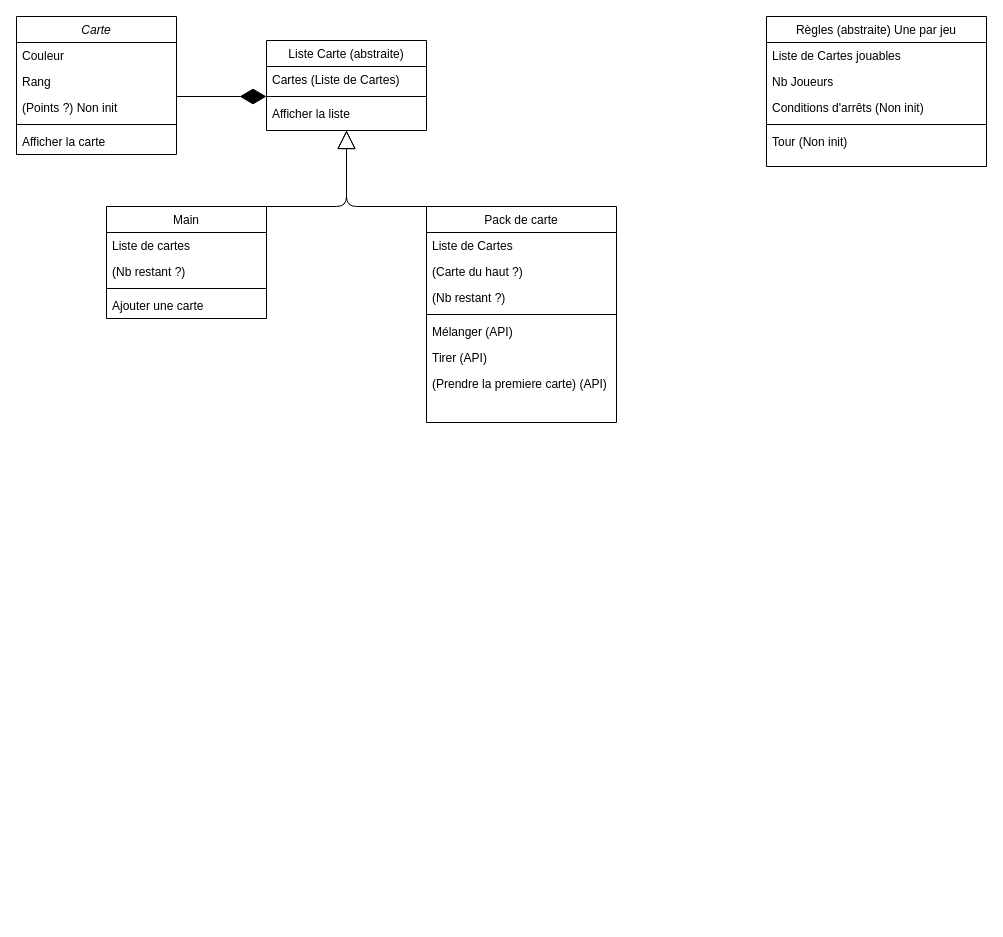
Before: ClassDiagram.drawio in MailineN/ProjetInfo2A, a draw.io diagram. Source tidied: cells renumbered, new cells numbered last; positions are measured from the earlier drawing's top-left corner, leaving out a move shared by most shapes. Both pictures are drawn from the tidied source at 100%, with x=0, y=0 at pixel (16, 16).
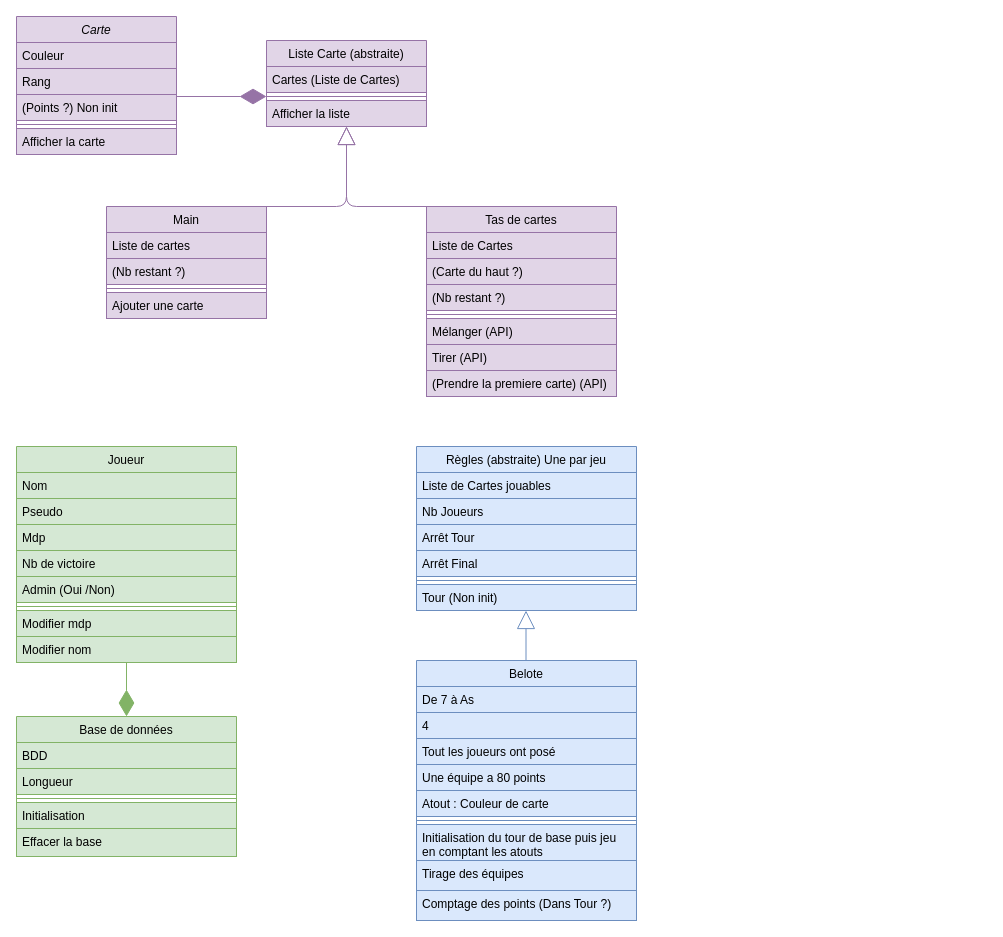
Above is the later version.

Change to the diagram source:
```diff
@@
-    <mxCell id="2" value="Carte" style="swimlane;fontStyle=2;align=center;verticalAlign=top;horizontal=1;startSize=26;rounded=0;shadow=0;strokeWidth=1;" parent="1" vertex="1">
+    <mxCell id="2" value="Carte" style="swimlane;fontStyle=2;align=center;verticalAlign=top;horizontal=1;startSize=26;rounded=0;shadow=0;strokeWidth=1;fillColor=#e1d5e7;strokeColor=#9673a6;" parent="1" vertex="1">
       <mxGeometry width="160" height="138" as="geometry" />
     </mxCell>
-    <mxCell id="3" value="Couleur" style="text;align=left;verticalAlign=top;spacingLeft=4;spacingRight=4;overflow=hidden;" parent="2" vertex="1">
+    <mxCell id="3" value="Couleur" style="text;align=left;verticalAlign=top;spacingLeft=4;spacingRight=4;overflow=hidden;fillColor=#e1d5e7;strokeColor=#9673a6;" parent="2" vertex="1">
       <mxGeometry y="26" width="160" height="26" as="geometry" />
     </mxCell>
-    <mxCell id="4" value="Rang" style="text;align=left;verticalAlign=top;spacingLeft=4;spacingRight=4;overflow=hidden;rounded=0;shadow=0;html=0;" parent="2" vertex="1">
+    <mxCell id="4" value="Rang" style="text;align=left;verticalAlign=top;spacingLeft=4;spacingRight=4;overflow=hidden;rounded=0;shadow=0;html=0;fillColor=#e1d5e7;strokeColor=#9673a6;" parent="2" vertex="1">
       <mxGeometry y="52" width="160" height="26" as="geometry" />
     </mxCell>
-    <mxCell id="5" value="(Points ?) Non init" style="text;align=left;verticalAlign=top;spacingLeft=4;spacingRight=4;overflow=hidden;rounded=0;shadow=0;html=0;" parent="2" vertex="1">
+    <mxCell id="5" value="(Points ?) Non init" style="text;align=left;verticalAlign=top;spacingLeft=4;spacingRight=4;overflow=hidden;rounded=0;shadow=0;html=0;fillColor=#e1d5e7;strokeColor=#9673a6;" parent="2" vertex="1">
       <mxGeometry y="78" width="160" height="26" as="geometry" />
     </mxCell>
-    <mxCell id="6" style="line;html=1;strokeWidth=1;align=left;verticalAlign=middle;spacingTop=-1;spacingLeft=3;spacingRight=3;labelPosition=right;" parent="2" vertex="1">
+    <mxCell id="6" style="line;html=1;strokeWidth=1;align=left;verticalAlign=middle;spacingTop=-1;spacingLeft=3;spacingRight=3;labelPosition=right;fillColor=#e1d5e7;strokeColor=#9673a6;" parent="2" vertex="1">
       <mxGeometry y="104" width="160" height="8" as="geometry" />
     </mxCell>
-    <mxCell id="7" value="Afficher la carte" style="text;align=left;verticalAlign=top;spacingLeft=4;spacingRight=4;overflow=hidden;" parent="2" vertex="1">
+    <mxCell id="7" value="Afficher la carte" style="text;align=left;verticalAlign=top;spacingLeft=4;spacingRight=4;overflow=hidden;fillColor=#e1d5e7;strokeColor=#9673a6;" parent="2" vertex="1">
       <mxGeometry y="112" width="160" height="26" as="geometry" />
     </mxCell>
-    <mxCell id="8" value="Liste Carte (abstraite)" style="swimlane;fontStyle=0;align=center;verticalAlign=top;horizontal=1;startSize=26;rounded=0;shadow=0;strokeWidth=1;" parent="1" vertex="1">
-      <mxGeometry x="250" y="24" width="160" height="90" as="geometry" />
+    <mxCell id="8" value="Liste Carte (abstraite)" style="swimlane;fontStyle=0;align=center;verticalAlign=top;horizontal=1;startSize=26;rounded=0;shadow=0;strokeWidth=1;fillColor=#e1d5e7;strokeColor=#9673a6;" parent="1" vertex="1">
+      <mxGeometry x="250" y="24" width="160" height="86" as="geometry" />
     </mxCell>
-    <mxCell id="9" value="Cartes (Liste de Cartes)" style="text;align=left;verticalAlign=top;spacingLeft=4;spacingRight=4;overflow=hidden;" parent="8" vertex="1">
+    <mxCell id="9" value="Cartes (Liste de Cartes)" style="text;align=left;verticalAlign=top;spacingLeft=4;spacingRight=4;overflow=hidden;fillColor=#e1d5e7;strokeColor=#9673a6;" parent="8" vertex="1">
       <mxGeometry y="26" width="160" height="26" as="geometry" />
     </mxCell>
-    <mxCell id="10" style="line;html=1;strokeWidth=1;align=left;verticalAlign=middle;spacingTop=-1;spacingLeft=3;spacingRight=3;labelPosition=right;" parent="8" vertex="1">
+    <mxCell id="10" style="line;html=1;strokeWidth=1;align=left;verticalAlign=middle;spacingTop=-1;spacingLeft=3;spacingRight=3;labelPosition=right;fillColor=#e1d5e7;strokeColor=#9673a6;" parent="8" vertex="1">
       <mxGeometry y="52" width="160" height="8" as="geometry" />
     </mxCell>
-    <mxCell id="11" value="Afficher la liste" style="text;align=left;verticalAlign=top;spacingLeft=4;spacingRight=4;overflow=hidden;" parent="8" vertex="1">
+    <mxCell id="11" value="Afficher la liste" style="text;align=left;verticalAlign=top;spacingLeft=4;spacingRight=4;overflow=hidden;fillColor=#e1d5e7;strokeColor=#9673a6;" parent="8" vertex="1">
       <mxGeometry y="60" width="160" height="26" as="geometry" />
     </mxCell>
-    <mxCell id="12" value="Pack de carte" style="swimlane;fontStyle=0;align=center;verticalAlign=top;horizontal=1;startSize=26;rounded=0;shadow=0;strokeWidth=1;" parent="1" vertex="1">
-      <mxGeometry x="410" y="190" width="190" height="216" as="geometry" />
+    <mxCell id="12" value="Tas de cartes&#10;" style="swimlane;fontStyle=0;align=center;verticalAlign=top;horizontal=1;startSize=26;rounded=0;shadow=0;strokeWidth=1;fillColor=#e1d5e7;strokeColor=#9673a6;" parent="1" vertex="1">
+      <mxGeometry x="410" y="190" width="190" height="190" as="geometry" />
     </mxCell>
-    <mxCell id="13" value="Liste de Cartes" style="text;align=left;verticalAlign=top;spacingLeft=4;spacingRight=4;overflow=hidden;" parent="12" vertex="1">
+    <mxCell id="13" value="Liste de Cartes" style="text;align=left;verticalAlign=top;spacingLeft=4;spacingRight=4;overflow=hidden;fillColor=#e1d5e7;strokeColor=#9673a6;" parent="12" vertex="1">
       <mxGeometry y="26" width="190" height="26" as="geometry" />
     </mxCell>
-    <mxCell id="14" value="(Carte du haut ?)" style="text;align=left;verticalAlign=top;spacingLeft=4;spacingRight=4;overflow=hidden;rounded=0;shadow=0;html=0;" parent="12" vertex="1">
+    <mxCell id="14" value="(Carte du haut ?)" style="text;align=left;verticalAlign=top;spacingLeft=4;spacingRight=4;overflow=hidden;rounded=0;shadow=0;html=0;fillColor=#e1d5e7;strokeColor=#9673a6;" parent="12" vertex="1">
       <mxGeometry y="52" width="190" height="26" as="geometry" />
     </mxCell>
-    <mxCell id="15" value="(Nb restant ?)" style="text;align=left;verticalAlign=top;spacingLeft=4;spacingRight=4;overflow=hidden;" parent="12" vertex="1">
+    <mxCell id="15" value="(Nb restant ?)" style="text;align=left;verticalAlign=top;spacingLeft=4;spacingRight=4;overflow=hidden;fillColor=#e1d5e7;strokeColor=#9673a6;" parent="12" vertex="1">
       <mxGeometry y="78" width="190" height="26" as="geometry" />
     </mxCell>
-    <mxCell id="16" style="line;html=1;strokeWidth=1;align=left;verticalAlign=middle;spacingTop=-1;spacingLeft=3;spacingRight=3;labelPosition=right;" parent="12" vertex="1">
+    <mxCell id="16" style="line;html=1;strokeWidth=1;align=left;verticalAlign=middle;spacingTop=-1;spacingLeft=3;spacingRight=3;labelPosition=right;fillColor=#e1d5e7;strokeColor=#9673a6;" parent="12" vertex="1">
       <mxGeometry y="104" width="190" height="8" as="geometry" />
     </mxCell>
-    <mxCell id="17" value="Mélanger (API)" style="text;align=left;verticalAlign=top;spacingLeft=4;spacingRight=4;overflow=hidden;" parent="12" vertex="1">
+    <mxCell id="17" value="Mélanger (API)" style="text;align=left;verticalAlign=top;spacingLeft=4;spacingRight=4;overflow=hidden;fillColor=#e1d5e7;strokeColor=#9673a6;" parent="12" vertex="1">
       <mxGeometry y="112" width="190" height="26" as="geometry" />
     </mxCell>
-    <mxCell id="18" value="Tirer (API)" style="text;align=left;verticalAlign=top;spacingLeft=4;spacingRight=4;overflow=hidden;" parent="12" vertex="1">
+    <mxCell id="18" value="Tirer (API)" style="text;align=left;verticalAlign=top;spacingLeft=4;spacingRight=4;overflow=hidden;fillColor=#e1d5e7;strokeColor=#9673a6;" parent="12" vertex="1">
       <mxGeometry y="138" width="190" height="26" as="geometry" />
     </mxCell>
-    <mxCell id="19" value="(Prendre la premiere carte) (API)" style="text;align=left;verticalAlign=top;spacingLeft=4;spacingRight=4;overflow=hidden;" parent="12" vertex="1">
+    <mxCell id="19" value="(Prendre la premiere carte) (API)" style="text;align=left;verticalAlign=top;spacingLeft=4;spacingRight=4;overflow=hidden;fillColor=#e1d5e7;strokeColor=#9673a6;" parent="12" vertex="1">
       <mxGeometry y="164" width="190" height="26" as="geometry" />
     </mxCell>
-    <mxCell id="20" style="endArrow=block;endSize=16;endFill=0;html=1;entryX=0.5;entryY=1;entryDx=0;entryDy=0;exitX=0.5;exitY=0;exitDx=0;exitDy=0;" parent="1" edge="1" source="12" target="8">
+    <mxCell id="20" style="endArrow=block;endSize=16;endFill=0;html=1;entryX=0.5;entryY=1;entryDx=0;entryDy=0;exitX=0.5;exitY=0;exitDx=0;exitDy=0;fillColor=#e1d5e7;strokeColor=#9673a6;" parent="1" edge="1" source="12" target="8">
       <mxGeometry relative="1" as="geometry">
         <Array as="points">
           <mxPoint x="330" y="190" />
         </Array>
       </mxGeometry>
     </mxCell>
-    <mxCell id="21" value="Main" style="swimlane;fontStyle=0;align=center;verticalAlign=top;horizontal=1;startSize=26;rounded=0;shadow=0;strokeWidth=1;" parent="1" vertex="1">
+    <mxCell id="21" value="Main" style="swimlane;fontStyle=0;align=center;verticalAlign=top;horizontal=1;startSize=26;rounded=0;shadow=0;strokeWidth=1;fillColor=#e1d5e7;strokeColor=#9673a6;" parent="1" vertex="1">
       <mxGeometry x="90" y="190" width="160" height="112" as="geometry" />
     </mxCell>
-    <mxCell id="22" value="Liste de cartes" style="text;align=left;verticalAlign=top;spacingLeft=4;spacingRight=4;overflow=hidden;" parent="21" vertex="1">
+    <mxCell id="22" value="Liste de cartes" style="text;align=left;verticalAlign=top;spacingLeft=4;spacingRight=4;overflow=hidden;fillColor=#e1d5e7;strokeColor=#9673a6;" parent="21" vertex="1">
       <mxGeometry y="26" width="160" height="26" as="geometry" />
     </mxCell>
-    <mxCell id="23" value="(Nb restant ?)" style="text;align=left;verticalAlign=top;spacingLeft=4;spacingRight=4;overflow=hidden;" parent="21" vertex="1">
+    <mxCell id="23" value="(Nb restant ?)" style="text;align=left;verticalAlign=top;spacingLeft=4;spacingRight=4;overflow=hidden;fillColor=#e1d5e7;strokeColor=#9673a6;" parent="21" vertex="1">
       <mxGeometry y="52" width="160" height="26" as="geometry" />
     </mxCell>
-    <mxCell id="24" style="line;html=1;strokeWidth=1;align=left;verticalAlign=middle;spacingTop=-1;spacingLeft=3;spacingRight=3;labelPosition=right;" parent="21" vertex="1">
+    <mxCell id="24" style="line;html=1;strokeWidth=1;align=left;verticalAlign=middle;spacingTop=-1;spacingLeft=3;spacingRight=3;labelPosition=right;fillColor=#e1d5e7;strokeColor=#9673a6;" parent="21" vertex="1">
       <mxGeometry y="78" width="160" height="8" as="geometry" />
     </mxCell>
-    <mxCell id="25" value="Ajouter une carte" style="text;align=left;verticalAlign=top;spacingLeft=4;spacingRight=4;overflow=hidden;" parent="21" vertex="1">
+    <mxCell id="25" value="Ajouter une carte" style="text;align=left;verticalAlign=top;spacingLeft=4;spacingRight=4;overflow=hidden;fillColor=#e1d5e7;strokeColor=#9673a6;" parent="21" vertex="1">
       <mxGeometry y="86" width="160" height="26" as="geometry" />
     </mxCell>
-    <mxCell id="26" style="endArrow=block;endSize=16;endFill=0;html=1;entryX=0.5;entryY=1;entryDx=0;entryDy=0;exitX=0.5;exitY=0;exitDx=0;exitDy=0;" parent="1" edge="1" source="21">
-      <mxGeometry x="0.02" relative="1" as="geometry">
-        <mxPoint x="330" y="114" as="targetPoint" />
-        <Array as="points">
-          <mxPoint x="330" y="190" />
-        </Array>
-      </mxGeometry>
-    </mxCell>
-    <mxCell id="27" style="endArrow=diamondThin;endFill=1;endSize=24;html=1;" parent="1" edge="1">
+    <mxCell id="27" style="endArrow=diamondThin;endFill=1;endSize=24;html=1;fillColor=#e1d5e7;strokeColor=#9673a6;" parent="1" edge="1">
       <mxGeometry relative="1" as="geometry">
         <mxPoint x="160" y="80" as="sourcePoint" />
         <mxPoint x="250" y="80" as="targetPoint" />
       </mxGeometry>
     </mxCell>
+    <mxCell id="34" style="endArrow=block;endSize=16;endFill=0;html=1;entryX=0.5;entryY=1;entryDx=0;entryDy=0;fillColor=#dae8fc;strokeColor=#6c8ebf;" parent="1" edge="1">
+      <mxGeometry x="0.02" relative="1" as="geometry">
+        <mxPoint x="509.5" y="644" as="sourcePoint" />
+        <mxPoint x="509.5" y="594" as="targetPoint" />
+      </mxGeometry>
+    </mxCell>
+    <mxCell id="35" style="endArrow=block;endSize=16;endFill=0;html=1;entryX=0.5;entryY=1;entryDx=0;entryDy=0;fillColor=#e1d5e7;strokeColor=#9673a6;exitX=0.5;exitY=0;exitDx=0;exitDy=0;" parent="1" edge="1" source="21">
+      <mxGeometry x="0.02" relative="1" as="geometry">
+        <mxPoint x="330" y="110" as="targetPoint" />
+        <Array as="points">
+          <mxPoint x="330" y="190" />
+          <mxPoint x="330" y="160" />
+        </Array>
+      </mxGeometry>
+    </mxCell>
+    <mxCell id="36" style="endArrow=diamondThin;endFill=1;endSize=24;html=1;fillColor=#d5e8d4;strokeColor=#82b366;exitX=0.5;exitY=1;exitDx=0;exitDy=0;entryX=0.5;entryY=0;entryDx=0;entryDy=0;" parent="1" edge="1" source="37" target="46">
+      <mxGeometry relative="1" as="geometry" />
+    </mxCell>
+    <mxCell id="37" value="Joueur" style="swimlane;fontStyle=0;align=center;verticalAlign=top;horizontal=1;startSize=26;rounded=0;shadow=0;strokeWidth=1;fillColor=#d5e8d4;strokeColor=#82b366;" parent="1" vertex="1">
+      <mxGeometry y="430" width="220" height="216" as="geometry" />
+    </mxCell>
+    <mxCell id="38" value="Nom" style="text;align=left;verticalAlign=top;spacingLeft=4;spacingRight=4;overflow=hidden;fillColor=#d5e8d4;strokeColor=#82b366;" parent="37" vertex="1">
+      <mxGeometry y="26" width="220" height="26" as="geometry" />
+    </mxCell>
+    <mxCell id="39" value="Pseudo" style="text;align=left;verticalAlign=top;spacingLeft=4;spacingRight=4;overflow=hidden;rounded=0;shadow=0;html=0;fillColor=#d5e8d4;strokeColor=#82b366;" parent="37" vertex="1">
+      <mxGeometry y="52" width="220" height="26" as="geometry" />
+    </mxCell>
+    <mxCell id="40" value="Mdp" style="text;align=left;verticalAlign=top;spacingLeft=4;spacingRight=4;overflow=hidden;rounded=0;shadow=0;html=0;fillColor=#d5e8d4;strokeColor=#82b366;" parent="37" vertex="1">
+      <mxGeometry y="78" width="220" height="26" as="geometry" />
+    </mxCell>
+    <mxCell id="41" value="Nb de victoire" style="text;align=left;verticalAlign=top;spacingLeft=4;spacingRight=4;overflow=hidden;rounded=0;shadow=0;html=0;fillColor=#d5e8d4;strokeColor=#82b366;" parent="37" vertex="1">
+      <mxGeometry y="104" width="220" height="26" as="geometry" />
+    </mxCell>
+    <mxCell id="42" value="Admin (Oui /Non)" style="text;align=left;verticalAlign=top;spacingLeft=4;spacingRight=4;overflow=hidden;rounded=0;shadow=0;html=0;fillColor=#d5e8d4;strokeColor=#82b366;" parent="37" vertex="1">
+      <mxGeometry y="130" width="220" height="26" as="geometry" />
+    </mxCell>
+    <mxCell id="43" style="line;html=1;strokeWidth=1;align=left;verticalAlign=middle;spacingTop=-1;spacingLeft=3;spacingRight=3;labelPosition=right;fillColor=#d5e8d4;strokeColor=#82b366;" parent="37" vertex="1">
+      <mxGeometry y="156" width="220" height="8" as="geometry" />
+    </mxCell>
+    <mxCell id="44" value="Modifier mdp" style="text;align=left;verticalAlign=top;spacingLeft=4;spacingRight=4;overflow=hidden;fillColor=#d5e8d4;strokeColor=#82b366;" parent="37" vertex="1">
+      <mxGeometry y="164" width="220" height="26" as="geometry" />
+    </mxCell>
+    <mxCell id="45" value="Modifier nom" style="text;align=left;verticalAlign=top;spacingLeft=4;spacingRight=4;overflow=hidden;fillColor=#d5e8d4;strokeColor=#82b366;" parent="37" vertex="1">
+      <mxGeometry y="190" width="220" height="26" as="geometry" />
+    </mxCell>
+    <mxCell id="46" value="Base de données" style="swimlane;fontStyle=0;align=center;verticalAlign=top;horizontal=1;startSize=26;rounded=0;shadow=0;strokeWidth=1;fillColor=#d5e8d4;strokeColor=#82b366;" parent="1" vertex="1">
+      <mxGeometry y="700" width="220" height="140" as="geometry" />
+    </mxCell>
+    <mxCell id="47" value="BDD" style="text;align=left;verticalAlign=top;spacingLeft=4;spacingRight=4;overflow=hidden;fillColor=#d5e8d4;strokeColor=#82b366;" parent="46" vertex="1">
+      <mxGeometry y="26" width="220" height="26" as="geometry" />
+    </mxCell>
+    <mxCell id="48" value="Longueur" style="text;align=left;verticalAlign=top;spacingLeft=4;spacingRight=4;overflow=hidden;rounded=0;shadow=0;html=0;fillColor=#d5e8d4;strokeColor=#82b366;" parent="46" vertex="1">
+      <mxGeometry y="52" width="220" height="26" as="geometry" />
+    </mxCell>
+    <mxCell id="49" style="line;html=1;strokeWidth=1;align=left;verticalAlign=middle;spacingTop=-1;spacingLeft=3;spacingRight=3;labelPosition=right;fillColor=#d5e8d4;strokeColor=#82b366;" parent="46" vertex="1">
+      <mxGeometry y="78" width="220" height="8" as="geometry" />
+    </mxCell>
+    <mxCell id="50" value="Initialisation" style="text;align=left;verticalAlign=top;spacingLeft=4;spacingRight=4;overflow=hidden;fillColor=#d5e8d4;strokeColor=#82b366;" parent="46" vertex="1">
+      <mxGeometry y="86" width="220" height="26" as="geometry" />
+    </mxCell>
+    <mxCell id="51" value="Effacer la base" style="text;align=left;verticalAlign=top;spacingLeft=4;spacingRight=4;overflow=hidden;fillColor=#d5e8d4;strokeColor=#82b366;" parent="46" vertex="1">
+      <mxGeometry y="112" width="220" height="28" as="geometry" />
+    </mxCell>
-    <mxCell id="28" value="Règles (abstraite) Une par jeu" style="swimlane;fontStyle=0;align=center;verticalAlign=top;horizontal=1;startSize=26;rounded=0;shadow=0;strokeWidth=1;" parent="1" vertex="1">
-      <mxGeometry x="750" width="220" height="150" as="geometry" />
+    <mxCell id="28" value="Règles (abstraite) Une par jeu" style="swimlane;fontStyle=0;align=center;verticalAlign=top;horizontal=1;startSize=26;rounded=0;shadow=0;strokeWidth=1;fillColor=#dae8fc;strokeColor=#6c8ebf;" parent="1" vertex="1">
+      <mxGeometry x="400" y="430" width="220" height="164" as="geometry" />
     </mxCell>
-    <mxCell id="29" value="Liste de Cartes jouables" style="text;align=left;verticalAlign=top;spacingLeft=4;spacingRight=4;overflow=hidden;" parent="28" vertex="1">
+    <mxCell id="29" value="Liste de Cartes jouables" style="text;align=left;verticalAlign=top;spacingLeft=4;spacingRight=4;overflow=hidden;fillColor=#dae8fc;strokeColor=#6c8ebf;" parent="28" vertex="1">
       <mxGeometry y="26" width="220" height="26" as="geometry" />
     </mxCell>
-    <mxCell id="30" value="Nb Joueurs&#10;" style="text;align=left;verticalAlign=top;spacingLeft=4;spacingRight=4;overflow=hidden;rounded=0;shadow=0;html=0;" parent="28" vertex="1">
+    <mxCell id="30" value="Nb Joueurs&#10;" style="text;align=left;verticalAlign=top;spacingLeft=4;spacingRight=4;overflow=hidden;rounded=0;shadow=0;html=0;fillColor=#dae8fc;strokeColor=#6c8ebf;" parent="28" vertex="1">
       <mxGeometry y="52" width="220" height="26" as="geometry" />
     </mxCell>
-    <mxCell id="31" value="Conditions d'arrêts (Non init)" style="text;align=left;verticalAlign=top;spacingLeft=4;spacingRight=4;overflow=hidden;rounded=0;shadow=0;html=0;" parent="28" vertex="1">
+    <mxCell id="31" value="Arrêt Tour " style="text;align=left;verticalAlign=top;spacingLeft=4;spacingRight=4;overflow=hidden;rounded=0;shadow=0;html=0;fillColor=#dae8fc;strokeColor=#6c8ebf;" parent="28" vertex="1">
       <mxGeometry y="78" width="220" height="26" as="geometry" />
     </mxCell>
+    <mxCell id="52" value="Arrêt Final" style="text;align=left;verticalAlign=top;spacingLeft=4;spacingRight=4;overflow=hidden;rounded=0;shadow=0;html=0;fillColor=#dae8fc;strokeColor=#6c8ebf;" parent="28" vertex="1">
+      <mxGeometry y="104" width="220" height="26" as="geometry" />
+    </mxCell>
-    <mxCell id="32" style="line;html=1;strokeWidth=1;align=left;verticalAlign=middle;spacingTop=-1;spacingLeft=3;spacingRight=3;labelPosition=right;" parent="28" vertex="1">
-      <mxGeometry y="104" width="220" height="8" as="geometry" />
+    <mxCell id="32" style="line;html=1;strokeWidth=1;align=left;verticalAlign=middle;spacingTop=-1;spacingLeft=3;spacingRight=3;labelPosition=right;fillColor=#dae8fc;strokeColor=#6c8ebf;" parent="28" vertex="1">
+      <mxGeometry y="130" width="220" height="8" as="geometry" />
     </mxCell>
-    <mxCell id="33" value="Tour (Non init)" style="text;align=left;verticalAlign=top;spacingLeft=4;spacingRight=4;overflow=hidden;" parent="28" vertex="1">
-      <mxGeometry y="112" width="220" height="26" as="geometry" />
+    <mxCell id="33" value="Tour (Non init)" style="text;align=left;verticalAlign=top;spacingLeft=4;spacingRight=4;overflow=hidden;fillColor=#dae8fc;strokeColor=#6c8ebf;" parent="28" vertex="1">
+      <mxGeometry y="138" width="220" height="26" as="geometry" />
     </mxCell>
+    <mxCell id="53" value="Belote" style="swimlane;fontStyle=0;align=center;verticalAlign=top;horizontal=1;startSize=26;rounded=0;shadow=0;strokeWidth=1;fillColor=#dae8fc;strokeColor=#6c8ebf;" parent="1" vertex="1">
+      <mxGeometry x="400" y="644" width="220" height="260" as="geometry" />
+    </mxCell>
+    <mxCell id="54" value="De 7 à As" style="text;align=left;verticalAlign=top;spacingLeft=4;spacingRight=4;overflow=hidden;fillColor=#dae8fc;strokeColor=#6c8ebf;" parent="53" vertex="1">
+      <mxGeometry y="26" width="220" height="26" as="geometry" />
+    </mxCell>
+    <mxCell id="55" value="4" style="text;align=left;verticalAlign=top;spacingLeft=4;spacingRight=4;overflow=hidden;rounded=0;shadow=0;html=0;fillColor=#dae8fc;strokeColor=#6c8ebf;" parent="53" vertex="1">
+      <mxGeometry y="52" width="220" height="26" as="geometry" />
+    </mxCell>
+    <mxCell id="56" value="Tout les joueurs ont posé " style="text;align=left;verticalAlign=top;spacingLeft=4;spacingRight=4;overflow=hidden;rounded=0;shadow=0;html=0;fillColor=#dae8fc;strokeColor=#6c8ebf;" parent="53" vertex="1">
+      <mxGeometry y="78" width="220" height="26" as="geometry" />
+    </mxCell>
+    <mxCell id="57" value="Une équipe a 80 points" style="text;align=left;verticalAlign=top;spacingLeft=4;spacingRight=4;overflow=hidden;rounded=0;shadow=0;html=0;fillColor=#dae8fc;strokeColor=#6c8ebf;" parent="53" vertex="1">
+      <mxGeometry y="104" width="220" height="26" as="geometry" />
+    </mxCell>
+    <mxCell id="58" value="Atout : Couleur de carte" style="text;align=left;verticalAlign=top;spacingLeft=4;spacingRight=4;overflow=hidden;rounded=0;shadow=0;html=0;fillColor=#dae8fc;strokeColor=#6c8ebf;" parent="53" vertex="1">
+      <mxGeometry y="130" width="220" height="26" as="geometry" />
+    </mxCell>
+    <mxCell id="59" style="line;html=1;strokeWidth=1;align=left;verticalAlign=middle;spacingTop=-1;spacingLeft=3;spacingRight=3;labelPosition=right;fillColor=#dae8fc;strokeColor=#6c8ebf;" parent="53" vertex="1">
+      <mxGeometry y="156" width="220" height="8" as="geometry" />
+    </mxCell>
+    <mxCell id="60" value="Initialisation du tour de base puis jeu &#10;en comptant les atouts" style="text;align=left;verticalAlign=top;spacingLeft=4;spacingRight=4;overflow=hidden;fillColor=#dae8fc;strokeColor=#6c8ebf;" parent="53" vertex="1">
+      <mxGeometry y="164" width="220" height="36" as="geometry" />
+    </mxCell>
+    <mxCell id="61" value="Tirage des équipes " style="text;align=left;verticalAlign=top;spacingLeft=4;spacingRight=4;overflow=hidden;fillColor=#dae8fc;strokeColor=#6c8ebf;" parent="53" vertex="1">
+      <mxGeometry y="200" width="220" height="30" as="geometry" />
+    </mxCell>
+    <mxCell id="62" value="Comptage des points (Dans Tour ?)" style="text;align=left;verticalAlign=top;spacingLeft=4;spacingRight=4;overflow=hidden;fillColor=#dae8fc;strokeColor=#6c8ebf;" parent="53" vertex="1">
+      <mxGeometry y="230" width="220" height="30" as="geometry" />
+    </mxCell>
```
